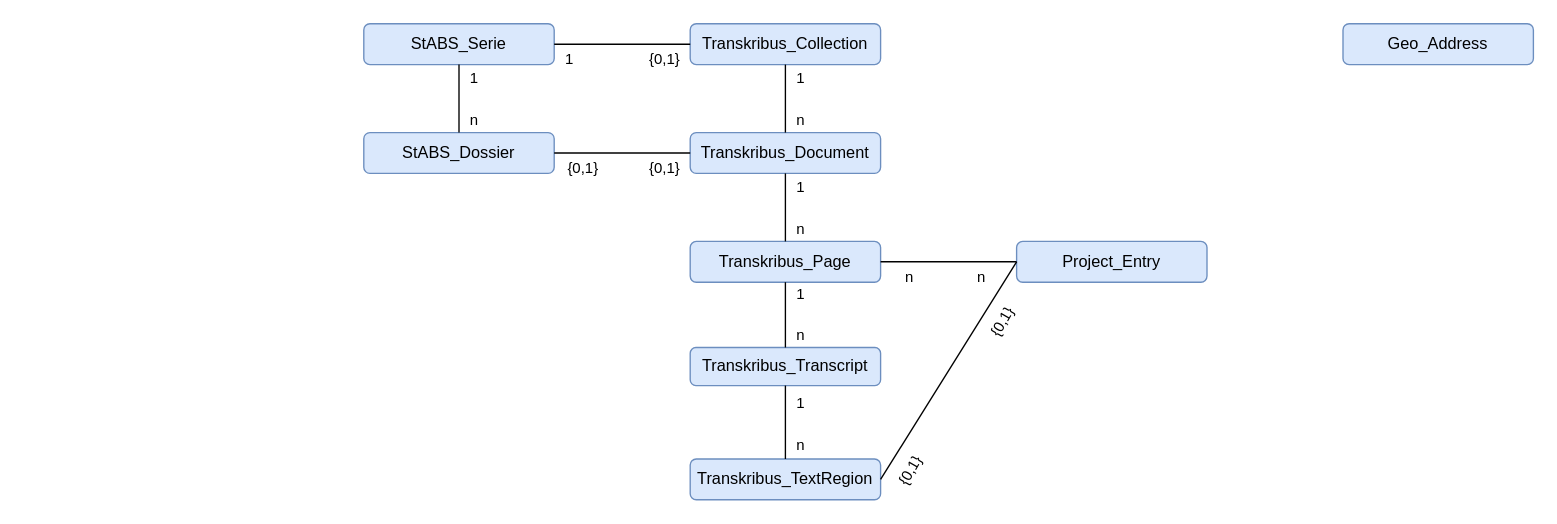
history-unibas/Postgresql-Project-Database keeps this draw.io diagram as entityRelations.drawio. Above is the earlier version. Source tidied: cells renumbered, new cells numbered last; positions are measured from the earlier drawing's top-left corner, leaving out a move shared by most shapes. Both pictures are drawn from the tidied source at 136%, with x=0, y=0 at pixel (363, 23).
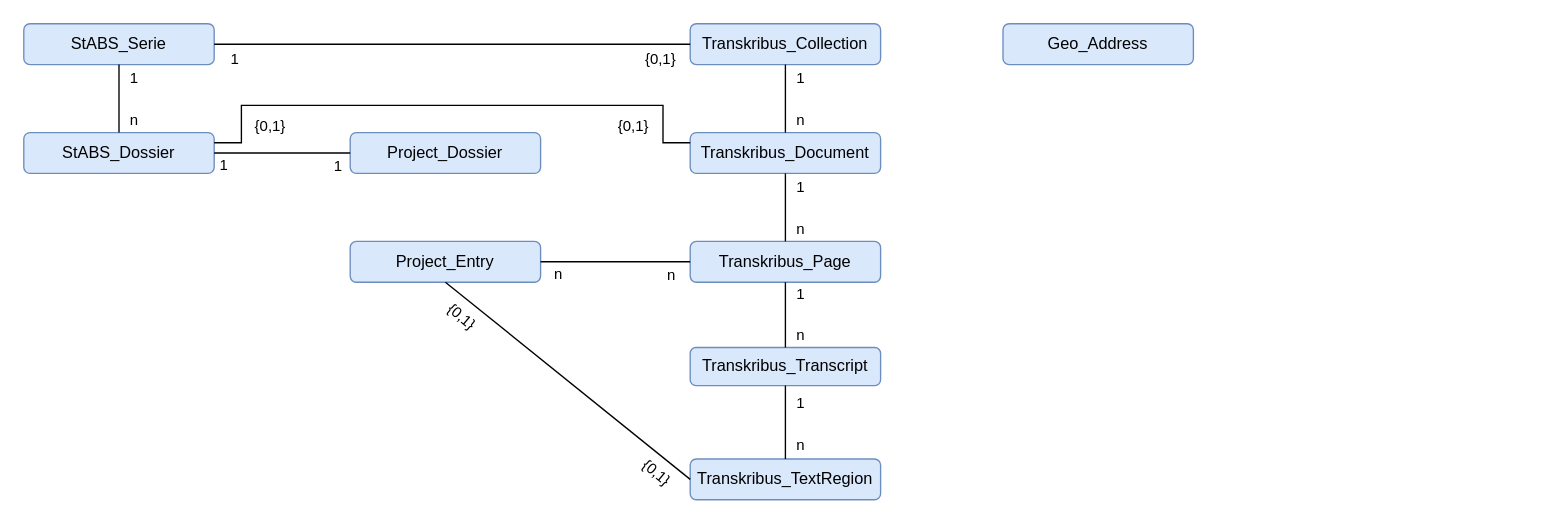
Above is the later version.

Commit message (it also covers changes not shown here):
add entity project_dossier

Unchanged cells that the change refers to:
```xml
<mxCell id="5" value="Transkribus_Document" style="rounded=1;whiteSpace=wrap;html=1;fillColor=#dae8fc;strokeColor=#6c8ebf;" parent="1" vertex="1">
  <mxGeometry x="240" y="80" width="140" height="30" as="geometry" />
</mxCell>
<mxCell id="6" value="Transkribus_Page" style="rounded=1;whiteSpace=wrap;html=1;fillColor=#dae8fc;strokeColor=#6c8ebf;" parent="1" vertex="1">
  <mxGeometry x="240" y="160" width="140" height="30" as="geometry" />
</mxCell>
<mxCell id="8" value="Transkribus_TextRegion" style="rounded=1;whiteSpace=wrap;html=1;fillColor=#dae8fc;strokeColor=#6c8ebf;" parent="1" vertex="1">
  <mxGeometry x="240" y="320" width="140" height="30" as="geometry" />
</mxCell>
<mxCell id="12" style="endArrow=none;html=1;rounded=0;entryX=1;entryY=0.5;entryDx=0;entryDy=0;exitX=0;exitY=0.5;exitDx=0;exitDy=0;" parent="1" edge="1" source="4" target="2">
  <mxGeometry relative="1" as="geometry" />
</mxCell>
```

The edit, as a diff of the source:
```diff
@@
     <mxCell id="2" value="StABS_Serie" style="rounded=1;whiteSpace=wrap;html=1;fillColor=#dae8fc;strokeColor=#6c8ebf;" parent="1" vertex="1">
-      <mxGeometry width="140" height="30" as="geometry" />
+      <mxGeometry x="-250" width="140" height="30" as="geometry" />
     </mxCell>
     <mxCell id="3" value="StABS_Dossier" style="rounded=1;whiteSpace=wrap;html=1;fillColor=#dae8fc;strokeColor=#6c8ebf;" parent="1" vertex="1">
-      <mxGeometry y="80" width="140" height="30" as="geometry" />
+      <mxGeometry x="-250" y="80" width="140" height="30" as="geometry" />
     </mxCell>
@@
     <mxCell id="13" value="{0,1}" style="edgeLabel;html=1;align=center;verticalAlign=middle;" parent="12" vertex="1">
       <mxGeometry x="0.23" y="2" relative="1" as="geometry">
-        <mxPoint x="42" y="8" as="offset" />
+        <mxPoint x="192" y="8" as="offset" />
       </mxGeometry>
     </mxCell>
     <mxCell id="14" value="1" style="edgeLabel;html=1;align=center;verticalAlign=middle;" parent="12" vertex="1">
       <mxGeometry relative="1" as="geometry">
-        <mxPoint x="-40" y="10" as="offset" />
+        <mxPoint x="-161" y="10" as="offset" />
       </mxGeometry>
     </mxCell>
-    <mxCell id="15" style="endArrow=none;html=1;rounded=0;entryX=1;entryY=0.5;entryDx=0;entryDy=0;exitX=0;exitY=0.5;exitDx=0;exitDy=0;" parent="1" edge="1" source="5" target="3">
-      <mxGeometry relative="1" as="geometry" />
+    <mxCell id="15" style="endArrow=none;html=1;rounded=0;edgeStyle=orthogonalEdgeStyle;entryX=1;entryY=0.25;entryDx=0;entryDy=0;exitX=0;exitY=0.25;exitDx=0;exitDy=0;" parent="1" edge="1" source="5" target="3">
+      <mxGeometry relative="1" as="geometry">
+        <Array as="points">
+          <mxPoint x="220" y="88" />
+          <mxPoint x="220" y="60" />
+          <mxPoint x="-90" y="60" />
+          <mxPoint x="-90" y="88" />
+          <mxPoint x="-110" y="88" />
+        </Array>
+      </mxGeometry>
     </mxCell>
     <mxCell id="16" value="{0,1}" style="edgeLabel;html=1;align=center;verticalAlign=middle;" parent="15" vertex="1">
       <mxGeometry x="0.23" y="2" relative="1" as="geometry">
-        <mxPoint x="-18" y="8" as="offset" />
+        <mxPoint x="-88" y="12" as="offset" />
       </mxGeometry>
     </mxCell>
     <mxCell id="17" value="{0,1}" style="edgeLabel;html=1;align=center;verticalAlign=middle;" parent="15" vertex="1">
       <mxGeometry relative="1" as="geometry">
-        <mxPoint x="30" y="10" as="offset" />
+        <mxPoint x="133" y="14" as="offset" />
       </mxGeometry>
     </mxCell>
@@
     <mxCell id="30" value="Project_Entry" style="rounded=1;whiteSpace=wrap;html=1;fillColor=#dae8fc;strokeColor=#6c8ebf;" parent="1" vertex="1">
-      <mxGeometry x="480" y="160" width="140" height="30" as="geometry" />
+      <mxGeometry x="-10" y="160" width="140" height="30" as="geometry" />
     </mxCell>
-    <mxCell id="31" style="endArrow=none;html=1;rounded=0;entryX=1;entryY=0.5;entryDx=0;entryDy=0;exitX=0;exitY=0.5;exitDx=0;exitDy=0;" parent="1" edge="1" source="30" target="6">
+    <mxCell id="31" style="endArrow=none;html=1;rounded=0;entryX=0;entryY=0.5;entryDx=0;entryDy=0;exitX=1;exitY=0.5;exitDx=0;exitDy=0;" parent="1" edge="1" source="30" target="6">
       <mxGeometry relative="1" as="geometry" />
     </mxCell>
     <mxCell id="32" value="n" style="edgeLabel;html=1;align=center;verticalAlign=middle;" parent="31" vertex="1">
       <mxGeometry x="0.23" y="2" relative="1" as="geometry">
-        <mxPoint x="-18" y="8" as="offset" />
+        <mxPoint x="-56" y="10" as="offset" />
       </mxGeometry>
     </mxCell>
     <mxCell id="33" value="n" style="edgeLabel;html=1;align=center;verticalAlign=middle;" parent="31" vertex="1">
       <mxGeometry relative="1" as="geometry">
-        <mxPoint x="23" y="10" as="offset" />
+        <mxPoint x="40" y="9" as="offset" />
       </mxGeometry>
     </mxCell>
-    <mxCell id="34" style="endArrow=none;html=1;rounded=0;entryX=1;entryY=0.5;entryDx=0;entryDy=0;exitX=0;exitY=0.5;exitDx=0;exitDy=0;" parent="1" edge="1" source="30" target="8">
+    <mxCell id="34" style="endArrow=none;html=1;rounded=0;entryX=0;entryY=0.5;entryDx=0;entryDy=0;exitX=0.5;exitY=1;exitDx=0;exitDy=0;" parent="1" edge="1" source="30" target="8">
       <mxGeometry relative="1" as="geometry" />
     </mxCell>
-    <mxCell id="35" value="{0,1}" style="edgeLabel;html=1;align=center;verticalAlign=middle;rotation=-60;" parent="34" vertex="1">
+    <mxCell id="35" value="{0,1}" style="edgeLabel;html=1;align=center;verticalAlign=middle;rotation=40;" parent="34" vertex="1">
       <mxGeometry x="0.23" y="2" relative="1" as="geometry">
-        <mxPoint x="-19" y="55" as="offset" />
+        <mxPoint x="-100" y="-63" as="offset" />
       </mxGeometry>
     </mxCell>
-    <mxCell id="36" value="{0,1}" style="edgeLabel;html=1;align=center;verticalAlign=middle;rotation=-60;" parent="34" vertex="1">
+    <mxCell id="36" value="{0,1}" style="edgeLabel;html=1;align=center;verticalAlign=middle;rotation=40;" parent="34" vertex="1">
       <mxGeometry relative="1" as="geometry">
-        <mxPoint x="38" y="-35" as="offset" />
+        <mxPoint x="65" y="67" as="offset" />
       </mxGeometry>
     </mxCell>
     <mxCell id="37" value="Geo_Address" style="rounded=1;whiteSpace=wrap;html=1;fillColor=#dae8fc;strokeColor=#6c8ebf;" parent="1" vertex="1">
-      <mxGeometry x="720" width="140" height="30" as="geometry" />
+      <mxGeometry x="470" width="140" height="30" as="geometry" />
     </mxCell>
+    <mxCell id="38" value="Project_Dossier" style="rounded=1;whiteSpace=wrap;html=1;fillColor=#dae8fc;strokeColor=#6c8ebf;" parent="1" vertex="1">
+      <mxGeometry x="-10" y="80" width="140" height="30" as="geometry" />
+    </mxCell>
+    <mxCell id="39" style="endArrow=none;html=1;rounded=0;entryX=0;entryY=0.5;entryDx=0;entryDy=0;exitX=1;exitY=0.5;exitDx=0;exitDy=0;" parent="1" edge="1" source="3" target="38">
+      <mxGeometry relative="1" as="geometry" />
+    </mxCell>
+    <mxCell id="40" value="1" style="edgeLabel;html=1;align=center;verticalAlign=middle;" parent="39" vertex="1">
+      <mxGeometry x="0.23" y="2" relative="1" as="geometry">
+        <mxPoint x="-56" y="10" as="offset" />
+      </mxGeometry>
+    </mxCell>
+    <mxCell id="41" value="1" style="edgeLabel;html=1;align=center;verticalAlign=middle;" parent="39" vertex="1">
+      <mxGeometry relative="1" as="geometry">
+        <mxPoint x="40" y="9" as="offset" />
+      </mxGeometry>
+    </mxCell>
```
